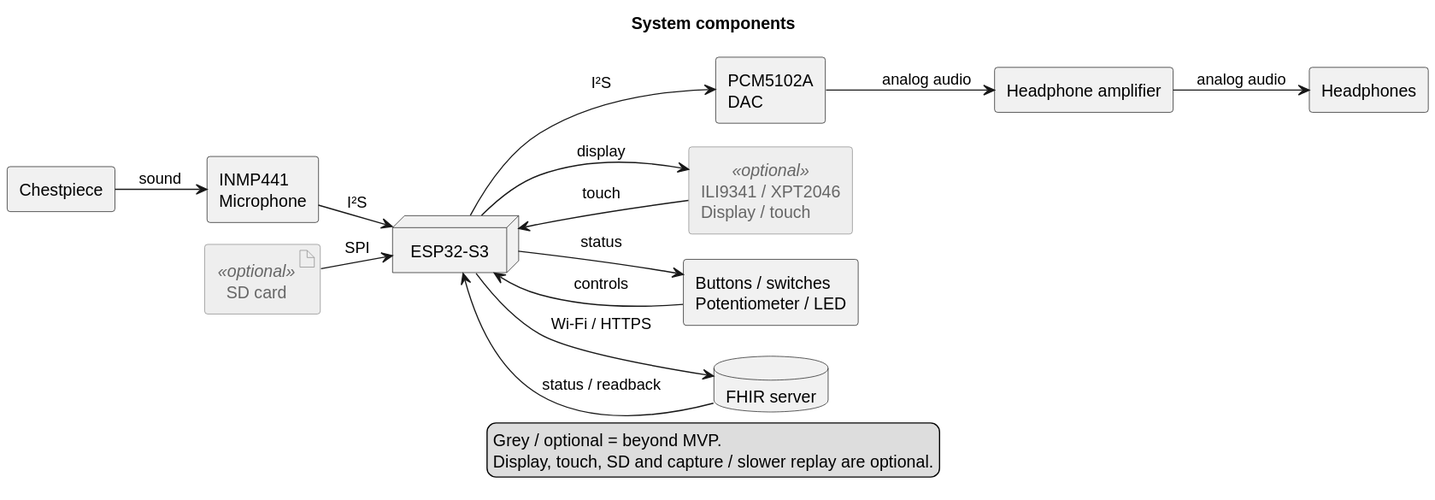
The PlantUML diagram Development/system/architecture/rendered/system_components.svg in DemonicPsychoII/DigitalStethoscope, before a commit. Its diagram source:
```plantuml
@startuml
!pragma layout smetana
skinparam shadowing false
skinparam component {
 BackgroundColor<<optional>> #EEEEEE
 BorderColor<<optional>> #888888
 FontColor<<optional>> #666666
}
skinparam artifact {
 BackgroundColor<<optional>> #EEEEEE
 BorderColor<<optional>> #888888
 FontColor<<optional>> #666666
}
skinparam componentStyle rectangle
skinparam defaultFontName SansSerif
title System components
left to right direction
component "Chestpiece" as chest
component "INMP441\nMicrophone" as mic
node "ESP32-S3" as cpu
component "PCM5102A\nDAC" as dac
component "Headphone amplifier" as amp
component "Headphones" as hp
component "ILI9341 / XPT2046\nDisplay / touch" as ui <<optional>>
component "Buttons / switches\nPotentiometer / LED" as controls
artifact "SD card" as sd <<optional>>
database "FHIR server" as server
chest --> mic : sound
mic --> cpu : I²S
cpu --> dac : I²S
dac --> amp : analog audio
amp --> hp : analog audio
controls --> cpu : controls
cpu --> controls : status
ui --> cpu : touch
cpu --> ui : display
sd --> cpu : SPI
cpu --> server : Wi-Fi / HTTPS
server --> cpu : status / readback
legend bottom
  Grey / optional = beyond MVP.
  Display, touch, SD and capture / slower replay are optional.
endlegend
@enduml
```
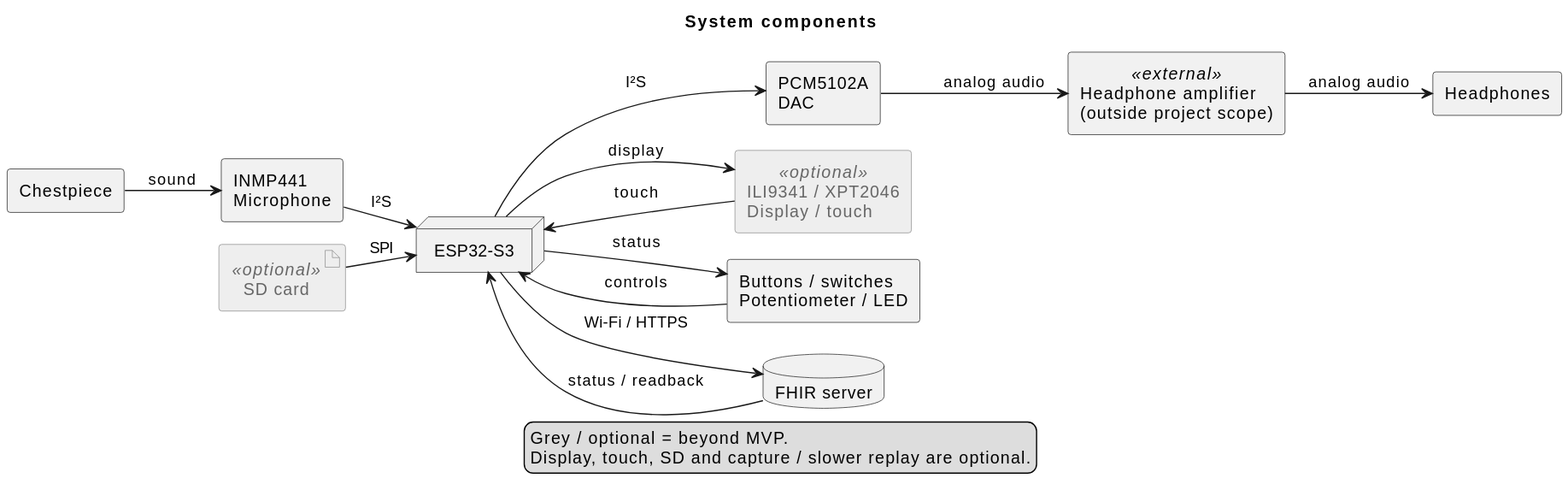
After the commit.

Change to the diagram source:
```diff
@@ -19,7 +19,7 @@
 component "INMP441\nMicrophone" as mic
 node "ESP32-S3" as cpu
 component "PCM5102A\nDAC" as dac
-component "Headphone amplifier" as amp
+component "Headphone amplifier\n(outside project scope)" as amp <<external>>
 component "Headphones" as hp
 component "ILI9341 / XPT2046\nDisplay / touch" as ui <<optional>>
 component "Buttons / switches\nPotentiometer / LED" as controls
```
